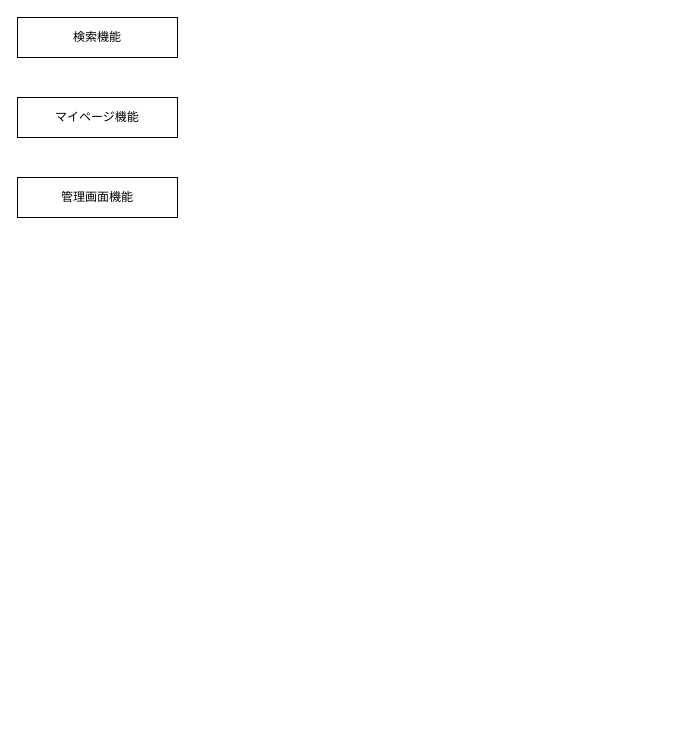
Before: Untitled Diagram.drawio in wiredrawing/line-app, a draw.io diagram. Source tidied: cells renumbered, new cells numbered last; positions are measured from the earlier drawing's top-left corner, leaving out a move shared by most shapes. Both pictures are drawn from the tidied source at 100%, with x=0, y=0 at pixel (17, 17).
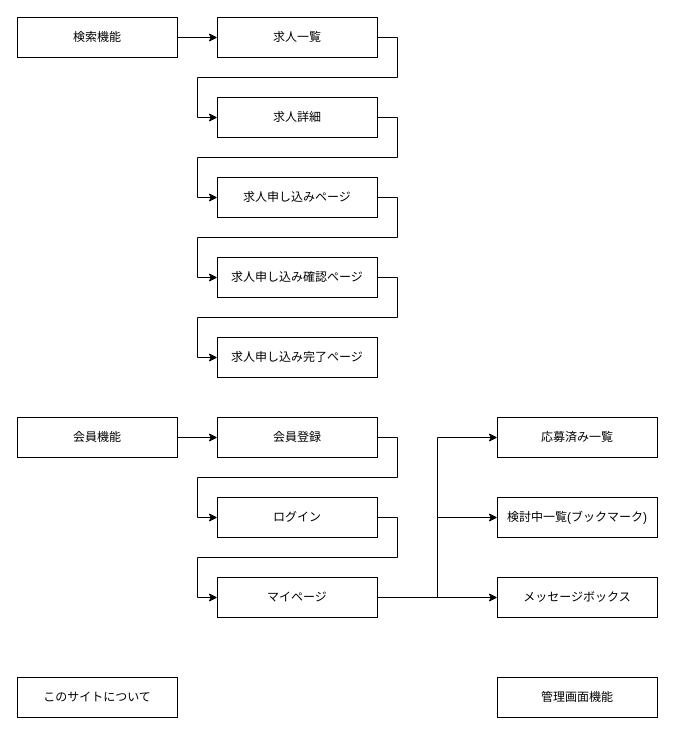
After the change.

Unchanged cells that the change refers to:
```xml
<mxCell id="2" value="検索機能" style="rounded=0;whiteSpace=wrap;html=1;" parent="1" vertex="1">
  <mxGeometry width="160" height="40" as="geometry" />
</mxCell>
```

Diff of the diagram source:
```diff
@@
+    <mxCell id="5" style="edgeStyle=orthogonalEdgeStyle;rounded=0;jettySize=auto;html=1;exitX=1;exitY=0.5;exitDx=0;exitDy=0;entryX=0;entryY=0.5;entryDx=0;entryDy=0;" parent="1" edge="1" source="2" target="9">
+      <mxGeometry relative="1" as="geometry" />
+    </mxCell>
@@
     <mxCell id="3" value="管理画面機能" style="rounded=0;whiteSpace=wrap;html=1;" parent="1" vertex="1">
-      <mxGeometry y="160" width="160" height="40" as="geometry" />
+      <mxGeometry x="480" y="660" width="160" height="40" as="geometry" />
     </mxCell>
+    <mxCell id="6" style="edgeStyle=orthogonalEdgeStyle;rounded=0;jettySize=auto;html=1;exitX=1;exitY=0.5;exitDx=0;exitDy=0;entryX=0;entryY=0.5;entryDx=0;entryDy=0;" parent="1" edge="1" source="4" target="20">
+      <mxGeometry relative="1" as="geometry" />
+    </mxCell>
-    <mxCell id="4" value="マイページ機能" style="rounded=0;whiteSpace=wrap;html=1;" parent="1" vertex="1">
-      <mxGeometry y="80" width="160" height="40" as="geometry" />
+    <mxCell id="4" value="会員機能" style="rounded=0;whiteSpace=wrap;html=1;" parent="1" vertex="1">
+      <mxGeometry y="400" width="160" height="40" as="geometry" />
     </mxCell>
+    <mxCell id="7" value="このサイトについて" style="rounded=0;whiteSpace=wrap;html=1;" parent="1" vertex="1">
+      <mxGeometry y="660" width="160" height="40" as="geometry" />
+    </mxCell>
+    <mxCell id="8" style="edgeStyle=orthogonalEdgeStyle;rounded=0;jettySize=auto;html=1;exitX=1;exitY=0.5;exitDx=0;exitDy=0;entryX=0;entryY=0.5;entryDx=0;entryDy=0;" parent="1" edge="1" source="9" target="11">
+      <mxGeometry relative="1" as="geometry" />
+    </mxCell>
+    <mxCell id="9" value="求人一覧" style="rounded=0;whiteSpace=wrap;html=1;" parent="1" vertex="1">
+      <mxGeometry x="200" width="160" height="40" as="geometry" />
+    </mxCell>
+    <mxCell id="10" style="edgeStyle=orthogonalEdgeStyle;rounded=0;jettySize=auto;html=1;exitX=1;exitY=0.5;exitDx=0;exitDy=0;entryX=0;entryY=0.5;entryDx=0;entryDy=0;" parent="1" edge="1" source="11" target="13">
+      <mxGeometry relative="1" as="geometry" />
+    </mxCell>
+    <mxCell id="11" value="求人詳細" style="rounded=0;whiteSpace=wrap;html=1;" parent="1" vertex="1">
+      <mxGeometry x="200" y="80" width="160" height="40" as="geometry" />
+    </mxCell>
+    <mxCell id="12" style="edgeStyle=orthogonalEdgeStyle;rounded=0;jettySize=auto;html=1;exitX=1;exitY=0.5;exitDx=0;exitDy=0;entryX=0;entryY=0.5;entryDx=0;entryDy=0;" parent="1" edge="1" source="13" target="15">
+      <mxGeometry relative="1" as="geometry" />
+    </mxCell>
+    <mxCell id="13" value="求人申し込みページ" style="rounded=0;whiteSpace=wrap;html=1;" parent="1" vertex="1">
+      <mxGeometry x="200" y="160" width="160" height="40" as="geometry" />
+    </mxCell>
+    <mxCell id="14" style="edgeStyle=orthogonalEdgeStyle;rounded=0;jettySize=auto;html=1;exitX=1;exitY=0.5;exitDx=0;exitDy=0;entryX=0;entryY=0.5;entryDx=0;entryDy=0;" parent="1" edge="1" source="15" target="16">
+      <mxGeometry relative="1" as="geometry" />
+    </mxCell>
+    <mxCell id="15" value="求人申し込み確認ページ" style="rounded=0;whiteSpace=wrap;html=1;" parent="1" vertex="1">
+      <mxGeometry x="200" y="240" width="160" height="40" as="geometry" />
+    </mxCell>
+    <mxCell id="16" value="求人申し込み完了ページ" style="rounded=0;whiteSpace=wrap;html=1;" parent="1" vertex="1">
+      <mxGeometry x="200" y="320" width="160" height="40" as="geometry" />
+    </mxCell>
+    <mxCell id="17" style="edgeStyle=orthogonalEdgeStyle;rounded=0;jettySize=auto;html=1;exitX=1;exitY=0.5;exitDx=0;exitDy=0;entryX=0;entryY=0.5;entryDx=0;entryDy=0;" parent="1" edge="1" source="18" target="24">
+      <mxGeometry relative="1" as="geometry" />
+    </mxCell>
+    <mxCell id="18" value="ログイン" style="rounded=0;whiteSpace=wrap;html=1;" parent="1" vertex="1">
+      <mxGeometry x="200" y="480" width="160" height="40" as="geometry" />
+    </mxCell>
+    <mxCell id="19" style="edgeStyle=orthogonalEdgeStyle;rounded=0;jettySize=auto;html=1;exitX=1;exitY=0.5;exitDx=0;exitDy=0;entryX=0;entryY=0.5;entryDx=0;entryDy=0;" parent="1" edge="1" source="20" target="18">
+      <mxGeometry relative="1" as="geometry" />
+    </mxCell>
+    <mxCell id="20" value="会員登録" style="rounded=0;whiteSpace=wrap;html=1;" parent="1" vertex="1">
+      <mxGeometry x="200" y="400" width="160" height="40" as="geometry" />
+    </mxCell>
+    <mxCell id="21" style="edgeStyle=orthogonalEdgeStyle;rounded=0;jettySize=auto;html=1;exitX=1;exitY=0.5;exitDx=0;exitDy=0;entryX=0;entryY=0.5;entryDx=0;entryDy=0;" parent="1" edge="1" source="24" target="25">
+      <mxGeometry relative="1" as="geometry" />
+    </mxCell>
+    <mxCell id="22" style="edgeStyle=orthogonalEdgeStyle;rounded=0;jettySize=auto;html=1;exitX=1;exitY=0.5;exitDx=0;exitDy=0;entryX=0;entryY=0.5;entryDx=0;entryDy=0;" parent="1" edge="1" source="24" target="26">
+      <mxGeometry relative="1" as="geometry" />
+    </mxCell>
+    <mxCell id="23" style="edgeStyle=orthogonalEdgeStyle;rounded=0;jettySize=auto;html=1;exitX=1;exitY=0.5;exitDx=0;exitDy=0;entryX=0;entryY=0.5;entryDx=0;entryDy=0;" parent="1" edge="1" source="24" target="27">
+      <mxGeometry relative="1" as="geometry" />
+    </mxCell>
+    <mxCell id="24" value="マイページ" style="rounded=0;whiteSpace=wrap;html=1;" parent="1" vertex="1">
+      <mxGeometry x="200" y="560" width="160" height="40" as="geometry" />
+    </mxCell>
+    <mxCell id="25" value="応募済み一覧" style="rounded=0;whiteSpace=wrap;html=1;" parent="1" vertex="1">
+      <mxGeometry x="480" y="400" width="160" height="40" as="geometry" />
+    </mxCell>
+    <mxCell id="26" value="検討中一覧(ブックマーク)" style="rounded=0;whiteSpace=wrap;html=1;" parent="1" vertex="1">
+      <mxGeometry x="480" y="480" width="160" height="40" as="geometry" />
+    </mxCell>
+    <mxCell id="27" value="メッセージボックス" style="rounded=0;whiteSpace=wrap;html=1;" parent="1" vertex="1">
+      <mxGeometry x="480" y="560" width="160" height="40" as="geometry" />
+    </mxCell>
```
